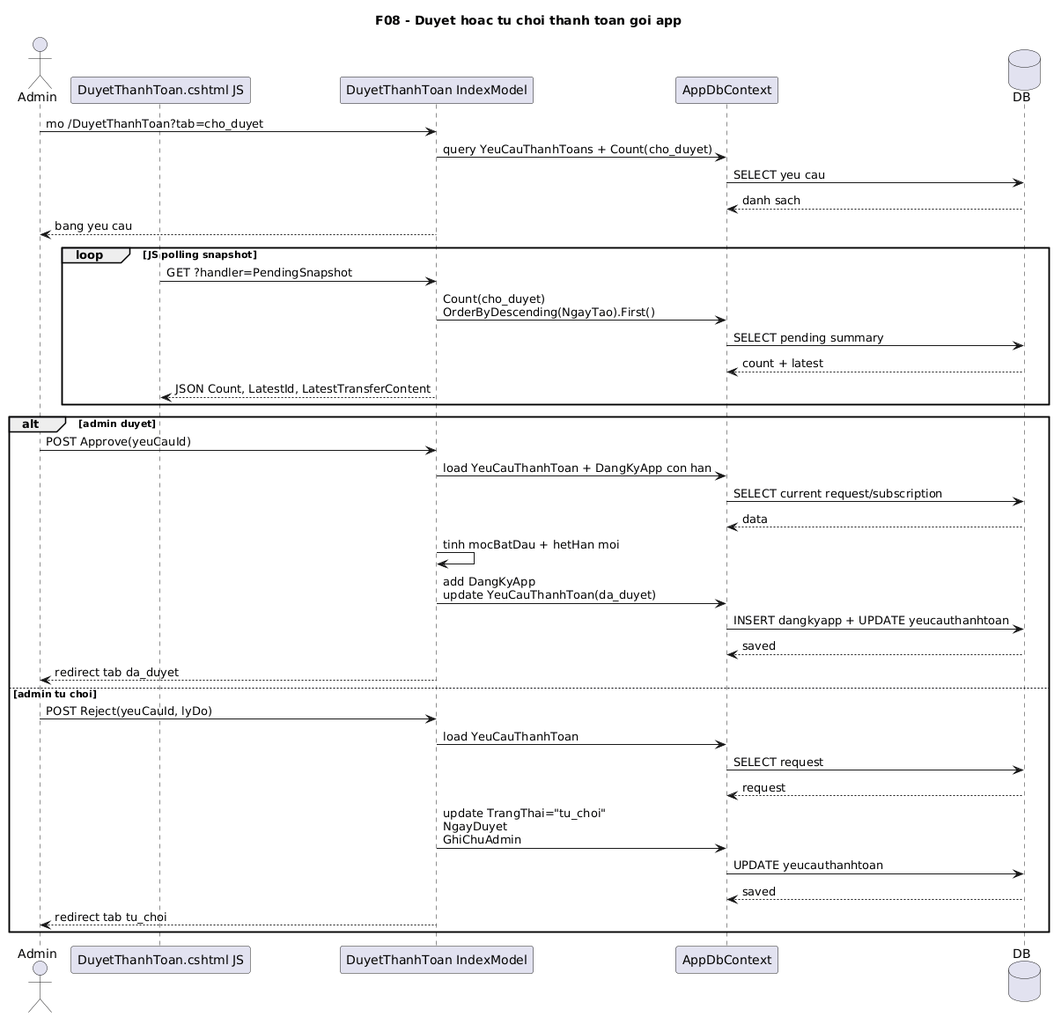
Above: docs/diagrams/png/08-app-payment-approval-sequence.png in VoBao182/PhoAmThuc (PlantUML), before the change.
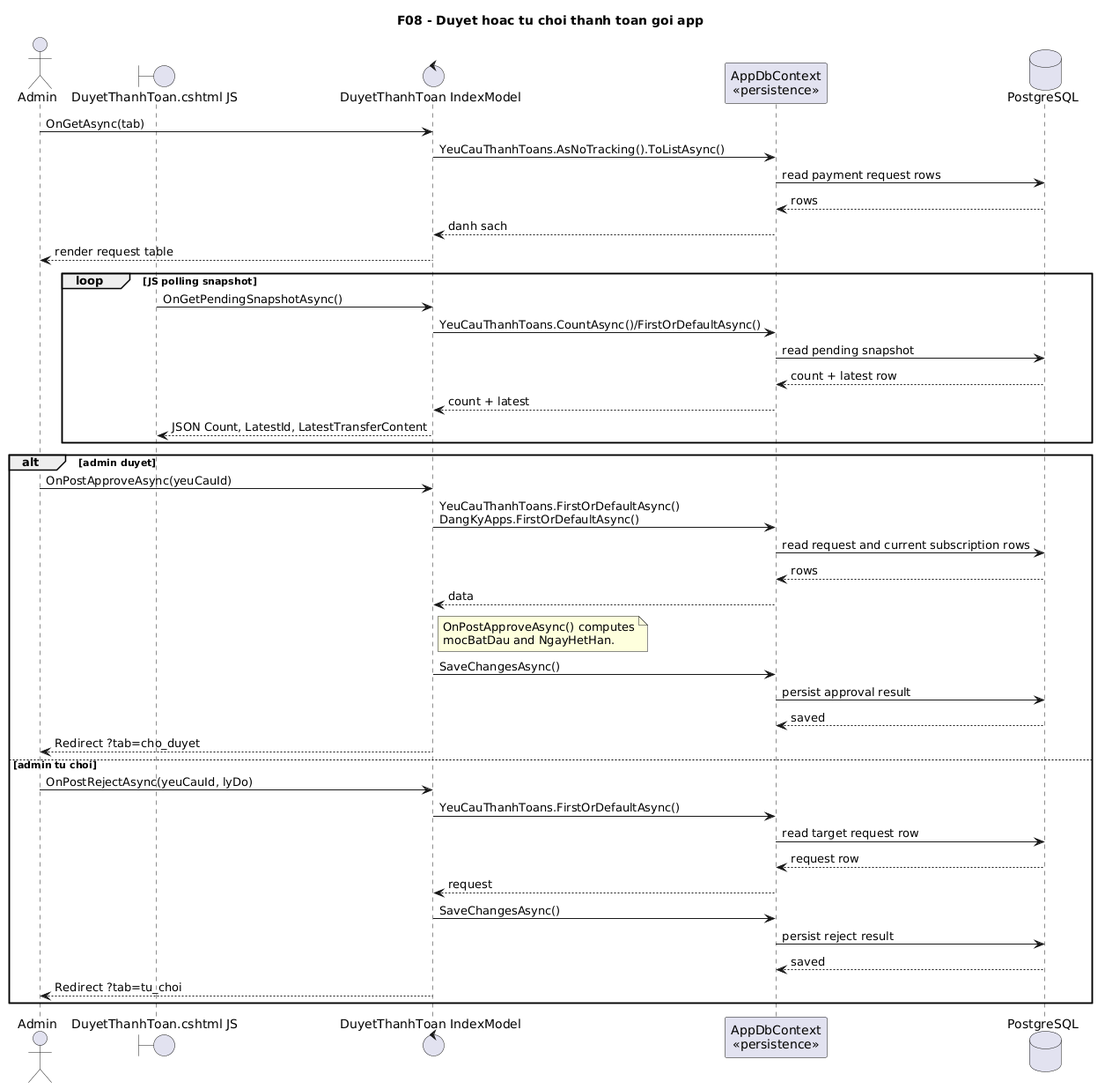
The same file after the commit.

Diff of the diagram source:
```diff
@@ -2,43 +2,50 @@
 title F08 - Duyet hoac tu choi thanh toan goi app
 
 actor Admin
-participant "DuyetThanhToan.cshtml JS" as JS
-participant "DuyetThanhToan IndexModel" as IndexModel
-participant AppDbContext
-database DB
+boundary "DuyetThanhToan.cshtml JS" as JS
+control "DuyetThanhToan IndexModel" as IndexModel
+participant "AppDbContext\n<<persistence>>" as DbContext
+database "PostgreSQL" as DB
 
-Admin -> IndexModel: mo /DuyetThanhToan?tab=cho_duyet
-IndexModel -> AppDbContext: query YeuCauThanhToans + Count(cho_duyet)
-AppDbContext -> DB: SELECT yeu cau
-DB --> AppDbContext: danh sach
-IndexModel --> Admin: bang yeu cau
+Admin -> IndexModel: OnGetAsync(tab)
+IndexModel -> DbContext: YeuCauThanhToans.AsNoTracking().ToListAsync()
+DbContext -> DB: read payment request rows
+DB --> DbContext: rows
+DbContext --> IndexModel: danh sach
+IndexModel --> Admin: render request table
 
 loop JS polling snapshot
-  JS -> IndexModel: GET ?handler=PendingSnapshot
-  IndexModel -> AppDbContext: Count(cho_duyet)\nOrderByDescending(NgayTao).First()
-  AppDbContext -> DB: SELECT pending summary
-  DB --> AppDbContext: count + latest
+  JS -> IndexModel: OnGetPendingSnapshotAsync()
+  IndexModel -> DbContext: YeuCauThanhToans.CountAsync()/FirstOrDefaultAsync()
+  DbContext -> DB: read pending snapshot
+  DB --> DbContext: count + latest row
+  DbContext --> IndexModel: count + latest
   IndexModel --> JS: JSON Count, LatestId, LatestTransferContent
 end
 
 alt admin duyet
-  Admin -> IndexModel: POST Approve(yeuCauId)
-  IndexModel -> AppDbContext: load YeuCauThanhToan + DangKyApp con han
-  AppDbContext -> DB: SELECT current request/subscription
-  DB --> AppDbContext: data
-  IndexModel -> IndexModel: tinh mocBatDau + hetHan moi
-  IndexModel -> AppDbContext: add DangKyApp\nupdate YeuCauThanhToan(da_duyet)
-  AppDbContext -> DB: INSERT dangkyapp + UPDATE yeucauthanhtoan
-  DB --> AppDbContext: saved
-  IndexModel --> Admin: redirect tab da_duyet
+  Admin -> IndexModel: OnPostApproveAsync(yeuCauId)
+  IndexModel -> DbContext: YeuCauThanhToans.FirstOrDefaultAsync()\nDangKyApps.FirstOrDefaultAsync()
+  DbContext -> DB: read request and current subscription rows
+  DB --> DbContext: rows
+  DbContext --> IndexModel: data
+  note right of IndexModel
+    OnPostApproveAsync() computes
+    mocBatDau and NgayHetHan.
+  end note
+  IndexModel -> DbContext: SaveChangesAsync()
+  DbContext -> DB: persist approval result
+  DB --> DbContext: saved
+  IndexModel --> Admin: Redirect ?tab=cho_duyet
 else admin tu choi
-  Admin -> IndexModel: POST Reject(yeuCauId, lyDo)
-  IndexModel -> AppDbContext: load YeuCauThanhToan
-  AppDbContext -> DB: SELECT request
-  DB --> AppDbContext: request
-  IndexModel -> AppDbContext: update TrangThai="tu_choi"\nNgayDuyet\nGhiChuAdmin
-  AppDbContext -> DB: UPDATE yeucauthanhtoan
-  DB --> AppDbContext: saved
-  IndexModel --> Admin: redirect tab tu_choi
+  Admin -> IndexModel: OnPostRejectAsync(yeuCauId, lyDo)
+  IndexModel -> DbContext: YeuCauThanhToans.FirstOrDefaultAsync()
+  DbContext -> DB: read target request row
+  DB --> DbContext: request row
+  DbContext --> IndexModel: request
+  IndexModel -> DbContext: SaveChangesAsync()
+  DbContext -> DB: persist reject result
+  DB --> DbContext: saved
+  IndexModel --> Admin: Redirect ?tab=tu_choi
 end
 @enduml
```
